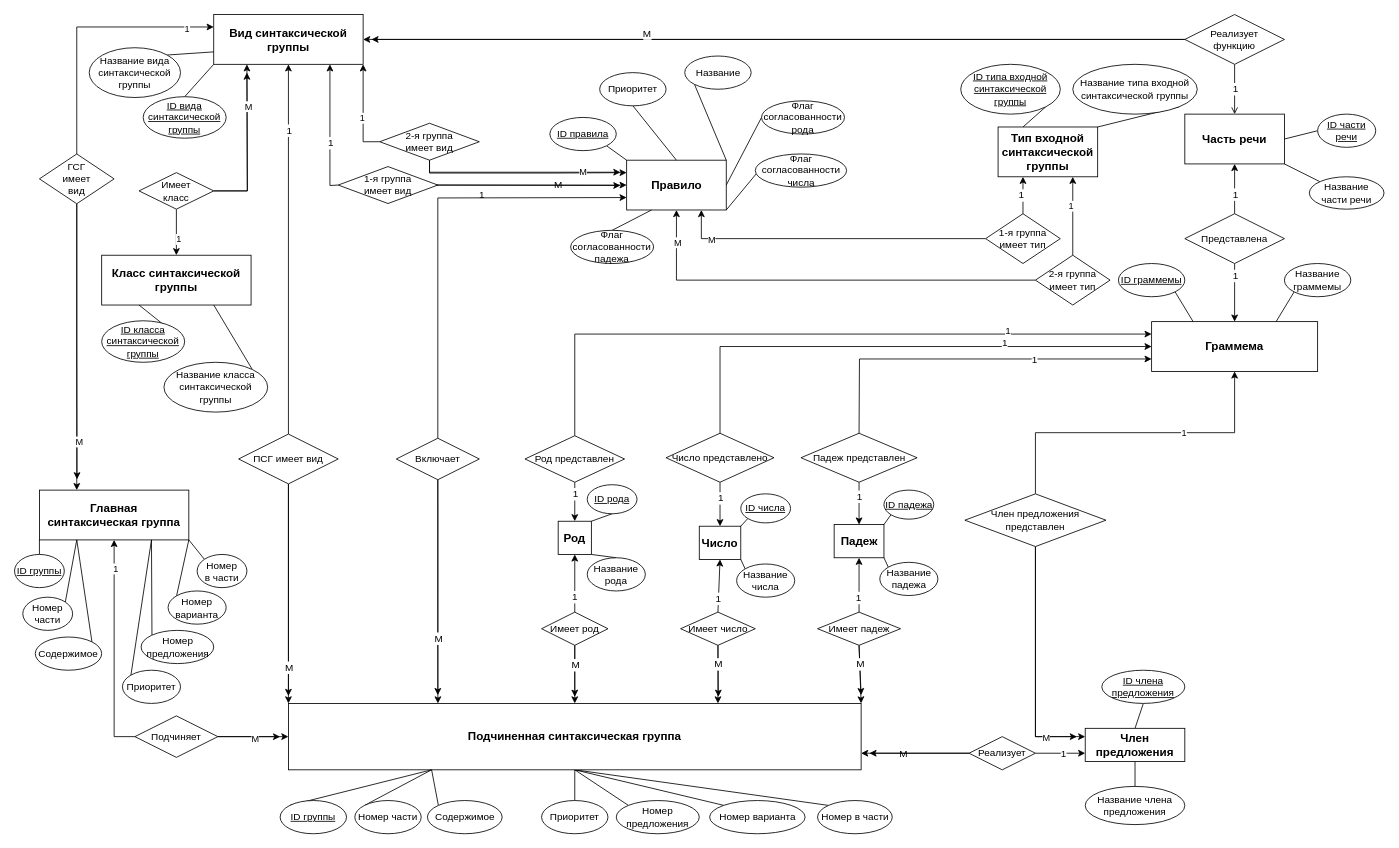
The draw.io diagram Infological.drawio in DMfananddu/Diploma, before the edit. Source tidied: cells renumbered, new cells numbered last; positions are measured from the earlier drawing's top-left corner, leaving out a move shared by most shapes. Both pictures are drawn from the tidied source at 83%, with x=0, y=0 at pixel (14, 14).
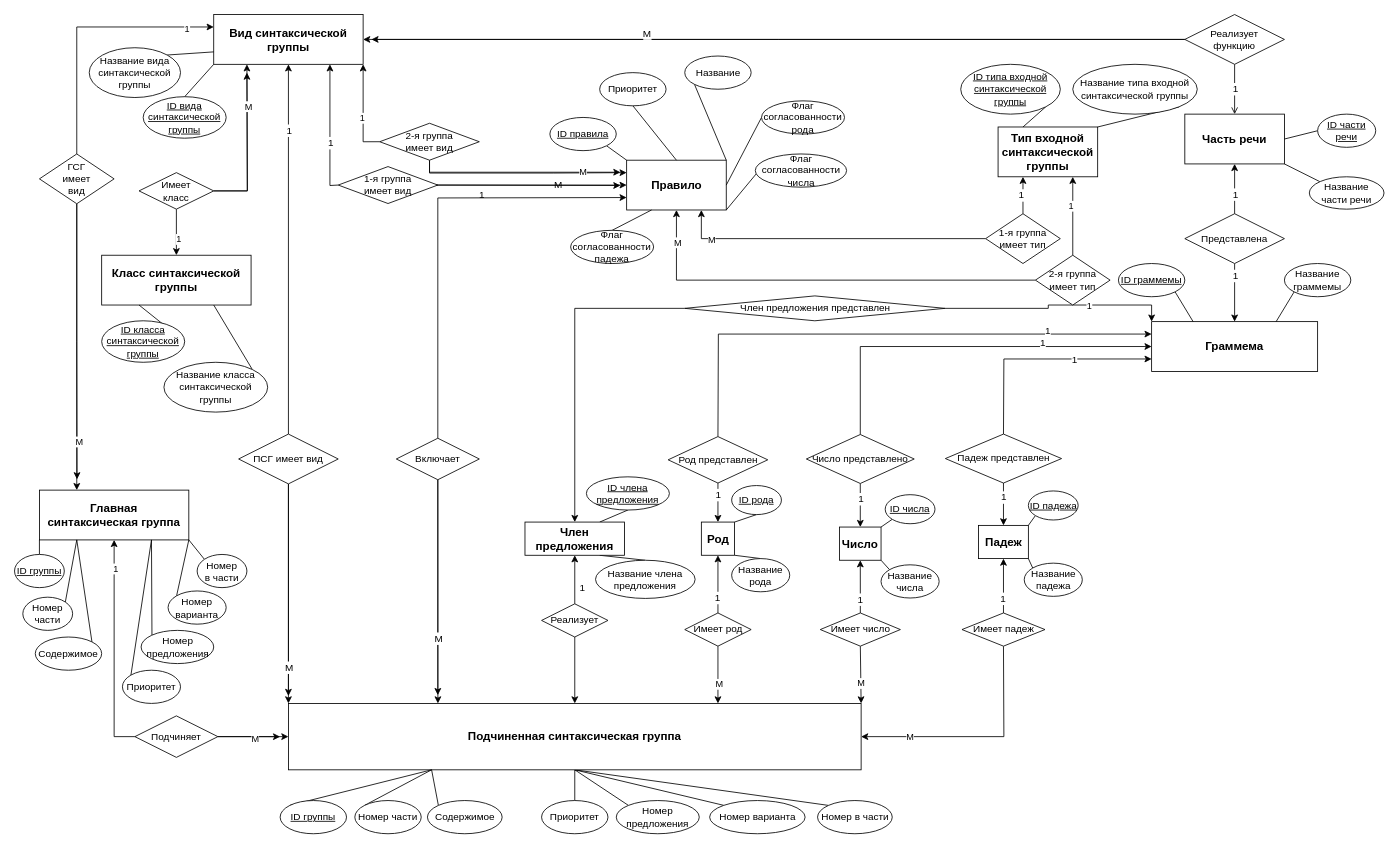
The same page after the edit.

Unchanged cells that the change refers to:
```xml
<mxCell id="6" value="Подчиненная синтаксическая группа" style="rounded=0;whiteSpace=wrap;html=1;fontSize=14;fontStyle=1;" parent="1" vertex="1">
  <mxGeometry x="330" y="830" width="690" height="80" as="geometry" />
</mxCell>
<mxCell id="73" value="Граммема" style="rounded=0;whiteSpace=wrap;html=1;fontSize=14;fontStyle=1;" parent="1" vertex="1">
  <mxGeometry x="1370" y="370" width="200" height="60" as="geometry" />
</mxCell>
```

Diff of the diagram source:
```diff
@@
-    <mxCell id="62" style="edgeStyle=none;rounded=0;jettySize=auto;html=1;exitX=0.5;exitY=0;exitDx=0;exitDy=0;entryX=0.5;entryY=1;entryDx=0;entryDy=0;endArrow=none;endFill=0;" parent="1" edge="1" source="64" target="71">
+    <mxCell id="62" style="edgeStyle=none;rounded=0;jettySize=auto;html=1;exitX=0.75;exitY=0;exitDx=0;exitDy=0;entryX=0.5;entryY=1;entryDx=0;entryDy=0;endArrow=none;endFill=0;" parent="1" edge="1" source="64" target="71">
       <mxGeometry relative="1" as="geometry" />
     </mxCell>
-    <mxCell id="63" style="edgeStyle=none;rounded=0;jettySize=auto;html=1;exitX=0.5;exitY=1;exitDx=0;exitDy=0;entryX=0.5;entryY=0;entryDx=0;entryDy=0;endArrow=none;endFill=0;" parent="1" edge="1" source="64" target="72">
+    <mxCell id="63" style="edgeStyle=none;rounded=0;jettySize=auto;html=1;exitX=0.75;exitY=1;exitDx=0;exitDy=0;entryX=0.5;entryY=0;entryDx=0;entryDy=0;endArrow=none;endFill=0;" parent="1" edge="1" source="64" target="72">
       <mxGeometry relative="1" as="geometry" />
     </mxCell>
     <mxCell id="64" value="Член предложения" style="rounded=0;whiteSpace=wrap;html=1;fontSize=14;fontStyle=1;" parent="1" vertex="1">
-      <mxGeometry x="1290" y="860" width="120" height="40" as="geometry" />
+      <mxGeometry x="615" y="611.5" width="120" height="40" as="geometry" />
     </mxCell>
-    <mxCell id="65" style="edgeStyle=none;rounded=0;jettySize=auto;html=1;exitX=0;exitY=0.5;exitDx=0;exitDy=0;entryX=1;entryY=0.75;entryDx=0;entryDy=0;endArrow=classic;endFill=1;" parent="1" edge="1" source="70" target="6">
-      <mxGeometry relative="1" as="geometry" />
-    </mxCell>
-    <mxCell id="66" style="edgeStyle=none;rounded=0;jettySize=auto;html=1;exitX=1;exitY=0.5;exitDx=0;exitDy=0;entryX=0;entryY=0.75;entryDx=0;entryDy=0;endArrow=classic;endFill=1;" parent="1" edge="1" source="70" target="64">
+    <mxCell id="66" style="edgeStyle=none;rounded=0;jettySize=auto;html=1;exitX=0.5;exitY=0;exitDx=0;exitDy=0;entryX=0.5;entryY=1;entryDx=0;entryDy=0;endArrow=classic;endFill=1;" parent="1" edge="1" source="70" target="64">
       <mxGeometry relative="1" as="geometry" />
     </mxCell>
@@
-    <mxCell id="68" style="edgeStyle=orthogonalEdgeStyle;rounded=0;jettySize=auto;html=1;exitX=0;exitY=0.5;exitDx=0;exitDy=0;endArrow=classic;endFill=1;" parent="1" edge="1" source="70">
-      <mxGeometry relative="1" as="geometry">
-        <mxPoint x="1030" y="890" as="targetPoint" />
-      </mxGeometry>
-    </mxCell>
-    <mxCell id="69" value="М" style="text;html=1;align=center;verticalAlign=middle;" parent="68" vertex="1">
-      <mxGeometry x="-0.1" y="-16" relative="1" as="geometry">
-        <mxPoint x="-26" y="16" as="offset" />
-      </mxGeometry>
-    </mxCell>
+    <mxCell id="65" style="edgeStyle=orthogonalEdgeStyle;rounded=0;jettySize=auto;html=1;exitX=0.5;exitY=1;exitDx=0;exitDy=0;entryX=0.5;entryY=0;entryDx=0;entryDy=0;" parent="1" edge="1" source="70" target="6">
+      <mxGeometry relative="1" as="geometry" />
+    </mxCell>
     <mxCell id="70" value="Реализует" style="rhombus;whiteSpace=wrap;html=1;" parent="1" vertex="1">
-      <mxGeometry x="1150" y="870" width="80" height="40" as="geometry" />
+      <mxGeometry x="635" y="710" width="80" height="40" as="geometry" />
     </mxCell>
     <mxCell id="71" value="&lt;u&gt;ID члена предложения&lt;/u&gt;" style="ellipse;whiteSpace=wrap;html=1;" parent="1" vertex="1">
-      <mxGeometry x="1310" y="790" width="100" height="40" as="geometry" />
+      <mxGeometry x="689" y="557" width="100" height="40" as="geometry" />
     </mxCell>
     <mxCell id="72" value="Название члена предложения" style="ellipse;whiteSpace=wrap;html=1;" parent="1" vertex="1">
-      <mxGeometry x="1290" y="930" width="120" height="46" as="geometry" />
+      <mxGeometry x="700" y="657.5" width="120" height="46" as="geometry" />
     </mxCell>
@@
     <mxCell id="98" value="&lt;font style=&quot;font-size: 14px&quot;&gt;&lt;b&gt;Род&lt;/b&gt;&lt;/font&gt;" style="rounded=0;whiteSpace=wrap;html=1;" parent="1" vertex="1">
-      <mxGeometry x="655" y="610.5" width="40" height="40" as="geometry" />
+      <mxGeometry x="827.5" y="611.5" width="40" height="40" as="geometry" />
     </mxCell>
     <mxCell id="99" value="&lt;u&gt;ID рода&lt;/u&gt;" style="ellipse;whiteSpace=wrap;html=1;" parent="1" vertex="1">
-      <mxGeometry x="690" y="566.5" width="60" height="35" as="geometry" />
+      <mxGeometry x="864" y="567.5" width="60" height="35" as="geometry" />
     </mxCell>
     <mxCell id="100" value="Название рода" style="ellipse;whiteSpace=wrap;html=1;" parent="1" vertex="1">
-      <mxGeometry x="690" y="654.5" width="70" height="40" as="geometry" />
+      <mxGeometry x="864" y="655.5" width="70" height="40" as="geometry" />
     </mxCell>
@@
     <mxCell id="103" style="edgeStyle=none;rounded=0;jettySize=auto;html=1;exitX=0.5;exitY=0;exitDx=0;exitDy=0;endArrow=classic;endFill=1;entryX=0;entryY=0.25;entryDx=0;entryDy=0;" parent="1" edge="1" source="105" target="73">
       <mxGeometry relative="1" as="geometry">
         <Array as="points">
-          <mxPoint x="675" y="385" />
+          <mxPoint x="848" y="385" />
         </Array>
       </mxGeometry>
     </mxCell>
@@
     <mxCell id="105" value="Род представлен" style="rhombus;whiteSpace=wrap;html=1;" parent="1" vertex="1">
-      <mxGeometry x="615" y="507.5" width="120" height="56" as="geometry" />
+      <mxGeometry x="787.5" y="508.5" width="120" height="56" as="geometry" />
     </mxCell>
-    <mxCell id="106" style="edgeStyle=none;rounded=0;jettySize=auto;html=1;exitX=0.5;exitY=1;exitDx=0;exitDy=0;endArrow=classic;endFill=1;entryX=0.5;entryY=0;entryDx=0;entryDy=0;" parent="1" edge="1" source="109" target="6">
+    <mxCell id="106" style="edgeStyle=none;rounded=0;jettySize=auto;html=1;exitX=0.5;exitY=1;exitDx=0;exitDy=0;endArrow=classic;endFill=1;entryX=0.75;entryY=0;entryDx=0;entryDy=0;" parent="1" edge="1" source="109" target="6">
       <mxGeometry relative="1" as="geometry" />
     </mxCell>
-    <mxCell id="107" style="edgeStyle=orthogonalEdgeStyle;rounded=0;jettySize=auto;html=1;exitX=0.5;exitY=1;exitDx=0;exitDy=0;startArrow=none;startFill=0;endArrow=classic;endFill=1;" parent="1" edge="1" source="109">
-      <mxGeometry relative="1" as="geometry">
-        <mxPoint x="675" y="822" as="targetPoint" />
-      </mxGeometry>
-    </mxCell>
-    <mxCell id="108" value="М" style="text;html=1;align=center;verticalAlign=middle;labelBackgroundColor=#ffffff;" parent="107" vertex="1">
-      <mxGeometry x="0.26" y="3" relative="1" as="geometry">
-        <mxPoint x="-3" y="-15.5" as="offset" />
-      </mxGeometry>
-    </mxCell>
+    <mxCell id="198" value="М" style="edgeLabel;html=1;align=center;verticalAlign=middle;" parent="106" vertex="1">
+      <mxGeometry x="0.31" y="1" relative="1" as="geometry" />
+    </mxCell>
     <mxCell id="109" value="Имеет род" style="rhombus;whiteSpace=wrap;html=1;" parent="1" vertex="1">
-      <mxGeometry x="635" y="720" width="80" height="40" as="geometry" />
+      <mxGeometry x="807.5" y="721" width="80" height="40" as="geometry" />
     </mxCell>
@@
     <mxCell id="114" value="Число" style="rounded=0;whiteSpace=wrap;html=1;fontSize=14;fontStyle=1;" parent="1" vertex="1">
-      <mxGeometry x="825" y="616.5" width="50" height="40" as="geometry" />
+      <mxGeometry x="994" y="617.5" width="50" height="40" as="geometry" />
     </mxCell>
     <mxCell id="115" value="&lt;u&gt;ID числа&lt;/u&gt;" style="ellipse;whiteSpace=wrap;html=1;" parent="1" vertex="1">
-      <mxGeometry x="875" y="577.5" width="60" height="35" as="geometry" />
+      <mxGeometry x="1049" y="578.5" width="60" height="35" as="geometry" />
     </mxCell>
     <mxCell id="116" value="Название числа" style="ellipse;whiteSpace=wrap;html=1;" parent="1" vertex="1">
-      <mxGeometry x="870" y="662" width="70" height="40" as="geometry" />
+      <mxGeometry x="1044" y="663" width="70" height="40" as="geometry" />
     </mxCell>
@@
     <mxCell id="119" style="edgeStyle=none;rounded=0;jettySize=auto;html=1;exitX=0.5;exitY=0;exitDx=0;exitDy=0;endArrow=classic;endFill=1;entryX=0;entryY=0.5;entryDx=0;entryDy=0;" parent="1" edge="1" source="121" target="73">
       <mxGeometry relative="1" as="geometry">
         <Array as="points">
-          <mxPoint x="850" y="400" />
+          <mxPoint x="1019" y="400" />
         </Array>
       </mxGeometry>
     </mxCell>
@@
     <mxCell id="121" value="Число представлено" style="rhombus;whiteSpace=wrap;html=1;" parent="1" vertex="1">
-      <mxGeometry x="785" y="504.5" width="130" height="59" as="geometry" />
+      <mxGeometry x="954" y="506" width="130" height="59" as="geometry" />
     </mxCell>
-    <mxCell id="122" style="edgeStyle=none;rounded=0;jettySize=auto;html=1;exitX=0.5;exitY=1;exitDx=0;exitDy=0;endArrow=classic;endFill=1;entryX=0.75;entryY=0;entryDx=0;entryDy=0;" parent="1" edge="1" source="125" target="6">
+    <mxCell id="122" style="edgeStyle=none;rounded=0;jettySize=auto;html=1;exitX=0.5;exitY=1;exitDx=0;exitDy=0;endArrow=classic;endFill=1;entryX=1;entryY=0;entryDx=0;entryDy=0;" parent="1" edge="1" source="125" target="6">
       <mxGeometry relative="1" as="geometry" />
     </mxCell>
-    <mxCell id="123" style="edgeStyle=none;rounded=0;jettySize=auto;html=1;exitX=0.5;exitY=1;exitDx=0;exitDy=0;startArrow=none;startFill=0;endArrow=classic;endFill=1;" parent="1" edge="1" source="125">
-      <mxGeometry relative="1" as="geometry">
-        <mxPoint x="848" y="822" as="targetPoint" />
-      </mxGeometry>
-    </mxCell>
-    <mxCell id="124" value="М" style="text;html=1;align=center;verticalAlign=middle;labelBackgroundColor=#ffffff;" parent="123" vertex="1">
-      <mxGeometry x="-0.63" y="-3" relative="1" as="geometry">
-        <mxPoint x="3" y="11.5" as="offset" />
-      </mxGeometry>
-    </mxCell>
+    <mxCell id="199" value="М" style="edgeLabel;html=1;align=center;verticalAlign=middle;" parent="122" vertex="1">
+      <mxGeometry x="0.31" relative="1" as="geometry" />
+    </mxCell>
     <mxCell id="125" value="Имеет число" style="rhombus;whiteSpace=wrap;html=1;" parent="1" vertex="1">
-      <mxGeometry x="802.5" y="720" width="90" height="40" as="geometry" />
+      <mxGeometry x="970.8" y="721" width="96.5" height="40" as="geometry" />
     </mxCell>
@@
     <mxCell id="130" value="Падеж" style="rounded=0;whiteSpace=wrap;html=1;fontSize=14;fontStyle=1;" parent="1" vertex="1">
-      <mxGeometry x="987.5" y="614.5" width="60" height="40" as="geometry" />
+      <mxGeometry x="1161.5" y="615.5" width="60" height="40" as="geometry" />
     </mxCell>
     <mxCell id="131" value="&lt;u&gt;ID падежа&lt;/u&gt;" style="ellipse;whiteSpace=wrap;html=1;" parent="1" vertex="1">
-      <mxGeometry x="1047.5" y="573" width="60" height="35" as="geometry" />
+      <mxGeometry x="1221.5" y="574" width="60" height="35" as="geometry" />
     </mxCell>
     <mxCell id="132" value="Название падежа" style="ellipse;whiteSpace=wrap;html=1;" parent="1" vertex="1">
-      <mxGeometry x="1042.5" y="660" width="70" height="40" as="geometry" />
+      <mxGeometry x="1216.5" y="661" width="70" height="40" as="geometry" />
     </mxCell>
@@
     <mxCell id="135" style="edgeStyle=none;rounded=0;jettySize=auto;html=1;exitX=0.5;exitY=0;exitDx=0;exitDy=0;endArrow=classic;endFill=1;entryX=0;entryY=0.75;entryDx=0;entryDy=0;" parent="1" edge="1" source="137" target="73">
       <mxGeometry relative="1" as="geometry">
         <Array as="points">
-          <mxPoint x="1018" y="415" />
+          <mxPoint x="1192" y="415" />
         </Array>
       </mxGeometry>
     </mxCell>
@@
     <mxCell id="137" value="Падеж представлен" style="rhombus;whiteSpace=wrap;html=1;" parent="1" vertex="1">
-      <mxGeometry x="947.5" y="504.5" width="140" height="59" as="geometry" />
+      <mxGeometry x="1121.5" y="505.5" width="140" height="59" as="geometry" />
     </mxCell>
-    <mxCell id="138" style="edgeStyle=none;rounded=0;jettySize=auto;html=1;exitX=0.5;exitY=1;exitDx=0;exitDy=0;endArrow=classic;endFill=1;entryX=1;entryY=0;entryDx=0;entryDy=0;" parent="1" edge="1" source="141" target="6">
-      <mxGeometry relative="1" as="geometry" />
+    <mxCell id="138" style="edgeStyle=none;rounded=0;jettySize=auto;html=1;exitX=0.5;exitY=1;exitDx=0;exitDy=0;endArrow=classic;endFill=1;entryX=1;entryY=0.5;entryDx=0;entryDy=0;" parent="1" edge="1" source="141" target="6">
+      <mxGeometry relative="1" as="geometry">
+        <Array as="points">
+          <mxPoint x="1192" y="870" />
+        </Array>
+      </mxGeometry>
     </mxCell>
-    <mxCell id="139" style="edgeStyle=none;rounded=0;jettySize=auto;html=1;exitX=0.5;exitY=1;exitDx=0;exitDy=0;startArrow=none;startFill=0;endArrow=classic;endFill=1;" parent="1" edge="1" source="141">
-      <mxGeometry relative="1" as="geometry">
-        <mxPoint x="1020" y="820" as="targetPoint" />
-      </mxGeometry>
-    </mxCell>
-    <mxCell id="140" value="М" style="text;html=1;align=center;verticalAlign=middle;labelBackgroundColor=#ffffff;" parent="139" vertex="1">
-      <mxGeometry x="-0.57" y="-2" relative="1" as="geometry">
-        <mxPoint x="2" y="9.5" as="offset" />
-      </mxGeometry>
-    </mxCell>
+    <mxCell id="200" value="М" style="edgeLabel;html=1;align=center;verticalAlign=middle;" parent="138" vertex="1">
+      <mxGeometry x="0.59" y="-1" relative="1" as="geometry" />
+    </mxCell>
     <mxCell id="141" value="Имеет падеж" style="rhombus;whiteSpace=wrap;html=1;" parent="1" vertex="1">
-      <mxGeometry x="967.5" y="720" width="100" height="40" as="geometry" />
+      <mxGeometry x="1141.5" y="721" width="100" height="40" as="geometry" />
     </mxCell>
@@
-    <mxCell id="154" style="edgeStyle=orthogonalEdgeStyle;rounded=0;jettySize=auto;html=1;exitX=0.5;exitY=0;exitDx=0;exitDy=0;entryX=0.5;entryY=1;entryDx=0;entryDy=0;" parent="1" edge="1" source="159" target="73">
+    <mxCell id="154" style="edgeStyle=orthogonalEdgeStyle;rounded=0;jettySize=auto;html=1;exitX=1;exitY=0.5;exitDx=0;exitDy=0;entryX=0;entryY=0;entryDx=0;entryDy=0;" parent="1" edge="1" source="159" target="73">
       <mxGeometry relative="1" as="geometry" />
     </mxCell>
@@
-    <mxCell id="156" style="edgeStyle=orthogonalEdgeStyle;rounded=0;jettySize=auto;html=1;exitX=0.5;exitY=1;exitDx=0;exitDy=0;entryX=0;entryY=0.25;entryDx=0;entryDy=0;" parent="1" edge="1" source="159" target="64">
+    <mxCell id="156" style="edgeStyle=orthogonalEdgeStyle;rounded=0;jettySize=auto;html=1;exitX=0;exitY=0.5;exitDx=0;exitDy=0;entryX=0.5;entryY=0;entryDx=0;entryDy=0;" parent="1" edge="1" source="159" target="64">
       <mxGeometry relative="1" as="geometry" />
     </mxCell>
-    <mxCell id="157" style="edgeStyle=orthogonalEdgeStyle;rounded=0;jettySize=auto;html=1;exitX=0.5;exitY=1;exitDx=0;exitDy=0;" parent="1" edge="1" source="159">
-      <mxGeometry relative="1" as="geometry">
-        <mxPoint x="1280" y="870" as="targetPoint" />
-        <Array as="points">
-          <mxPoint x="1230" y="870" />
-        </Array>
-      </mxGeometry>
-    </mxCell>
-    <mxCell id="158" value="М" style="edgeLabel;html=1;align=center;verticalAlign=middle;" parent="157" vertex="1">
-      <mxGeometry x="0.64" y="12" relative="1" as="geometry">
-        <mxPoint x="12" y="13" as="offset" />
-      </mxGeometry>
-    </mxCell>
     <mxCell id="159" value="Член предложения представлен" style="rhombus;whiteSpace=wrap;html=1;" parent="1" vertex="1">
-      <mxGeometry x="1145" y="577.5" width="170" height="63.5" as="geometry" />
+      <mxGeometry x="807.5" y="339" width="313.5" height="30" as="geometry" />
     </mxCell>
```
